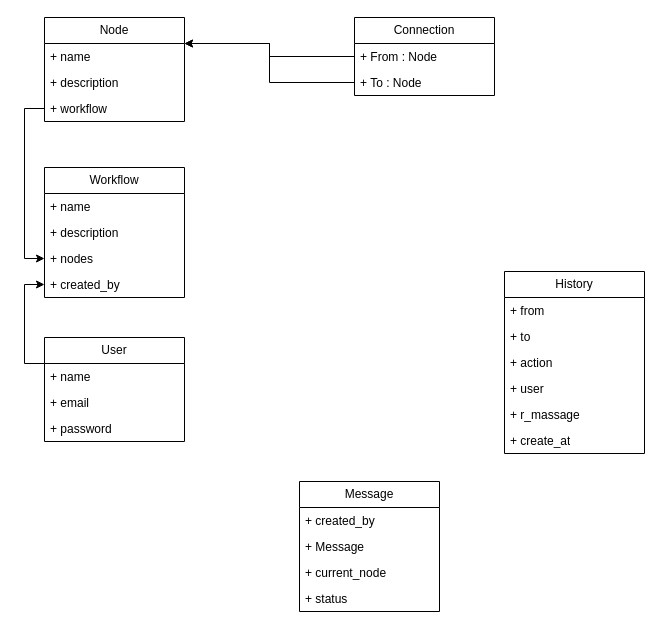
Before: diagrams/Classes.drawio in hasanforaty/FlexFlowAPI, a draw.io diagram. Source tidied: cells renumbered, new cells numbered last; positions are measured from the earlier drawing's top-left corner, leaving out a move shared by most shapes. Both pictures are drawn from the tidied source at 100%, with x=0, y=0 at pixel (44, 17).
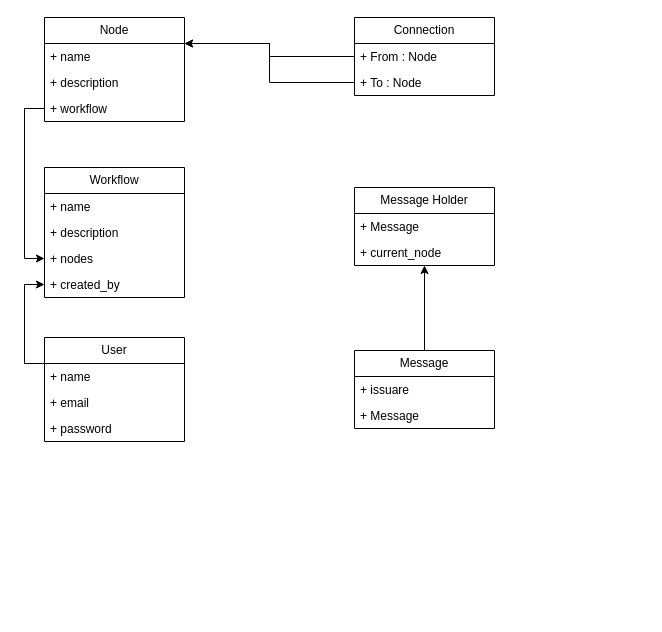
After the change.

Change to the diagram source:
```diff
@@
-    <mxCell id="22" value="History" style="swimlane;fontStyle=0;horizontal=1;startSize=26;fillColor=none;whiteSpace=wrap;html=1;" parent="1" vertex="1">
-      <mxGeometry x="460" y="254" width="140" height="182" as="geometry" />
-    </mxCell>
-    <mxCell id="23" value="+ from" style="text;strokeColor=none;fillColor=none;align=left;verticalAlign=top;spacingLeft=4;spacingRight=4;overflow=hidden;whiteSpace=wrap;html=1;" parent="22" vertex="1">
-      <mxGeometry y="26" width="140" height="26" as="geometry" />
-    </mxCell>
-    <mxCell id="24" value="+ to" style="text;strokeColor=none;fillColor=none;align=left;verticalAlign=top;spacingLeft=4;spacingRight=4;overflow=hidden;whiteSpace=wrap;html=1;" parent="22" vertex="1">
-      <mxGeometry y="52" width="140" height="26" as="geometry" />
-    </mxCell>
-    <mxCell id="25" value="+ action" style="text;strokeColor=none;fillColor=none;align=left;verticalAlign=top;spacingLeft=4;spacingRight=4;overflow=hidden;whiteSpace=wrap;html=1;" parent="22" vertex="1">
-      <mxGeometry y="78" width="140" height="26" as="geometry" />
-    </mxCell>
-    <mxCell id="26" value="+ user" style="text;strokeColor=none;fillColor=none;align=left;verticalAlign=top;spacingLeft=4;spacingRight=4;overflow=hidden;whiteSpace=wrap;html=1;" parent="22" vertex="1">
-      <mxGeometry y="104" width="140" height="26" as="geometry" />
-    </mxCell>
-    <mxCell id="27" value="+ r_massage" style="text;strokeColor=none;fillColor=none;align=left;verticalAlign=top;spacingLeft=4;spacingRight=4;overflow=hidden;whiteSpace=wrap;html=1;" parent="22" vertex="1">
-      <mxGeometry y="130" width="140" height="26" as="geometry" />
-    </mxCell>
-    <mxCell id="28" value="+ create_at" style="text;strokeColor=none;fillColor=none;align=left;verticalAlign=top;spacingLeft=4;spacingRight=4;overflow=hidden;whiteSpace=wrap;html=1;" parent="22" vertex="1">
-      <mxGeometry y="156" width="140" height="26" as="geometry" />
-    </mxCell>
+    <mxCell id="34" style="edgeStyle=orthogonalEdgeStyle;rounded=0;jettySize=auto;html=1;exitX=0.5;exitY=0;exitDx=0;exitDy=0;" parent="1" edge="1" source="29" target="35">
+      <mxGeometry relative="1" as="geometry" />
+    </mxCell>
     <mxCell id="29" value="Message" style="swimlane;fontStyle=0;horizontal=1;startSize=26;fillColor=none;whiteSpace=wrap;html=1;" parent="1" vertex="1">
-      <mxGeometry x="255" y="464" width="140" height="130" as="geometry" />
+      <mxGeometry x="310" y="333" width="140" height="78" as="geometry" />
     </mxCell>
-    <mxCell id="30" value="+ created_by" style="text;strokeColor=none;fillColor=none;align=left;verticalAlign=top;spacingLeft=4;spacingRight=4;overflow=hidden;whiteSpace=wrap;html=1;" parent="29" vertex="1">
+    <mxCell id="30" value="+ issuare&amp;nbsp;" style="text;strokeColor=none;fillColor=none;align=left;verticalAlign=top;spacingLeft=4;spacingRight=4;overflow=hidden;whiteSpace=wrap;html=1;" parent="29" vertex="1">
       <mxGeometry y="26" width="140" height="26" as="geometry" />
     </mxCell>
@@
+    <mxCell id="35" value="Message Holder" style="swimlane;fontStyle=0;horizontal=1;startSize=26;fillColor=none;whiteSpace=wrap;html=1;" parent="1" vertex="1">
+      <mxGeometry x="310" y="170" width="140" height="78" as="geometry" />
+    </mxCell>
+    <mxCell id="36" value="+ Message" style="text;strokeColor=none;fillColor=none;align=left;verticalAlign=top;spacingLeft=4;spacingRight=4;overflow=hidden;whiteSpace=wrap;html=1;" parent="35" vertex="1">
+      <mxGeometry y="26" width="140" height="26" as="geometry" />
+    </mxCell>
-    <mxCell id="32" value="+ current_node" style="text;strokeColor=none;fillColor=none;align=left;verticalAlign=top;spacingLeft=4;spacingRight=4;overflow=hidden;whiteSpace=wrap;html=1;" parent="29" vertex="1">
-      <mxGeometry y="78" width="140" height="26" as="geometry" />
+    <mxCell id="32" value="+ current_node" style="text;strokeColor=none;fillColor=none;align=left;verticalAlign=top;spacingLeft=4;spacingRight=4;overflow=hidden;whiteSpace=wrap;html=1;" parent="35" vertex="1">
+      <mxGeometry y="52" width="140" height="26" as="geometry" />
     </mxCell>
-    <mxCell id="33" value="+ status" style="text;strokeColor=none;fillColor=none;align=left;verticalAlign=top;spacingLeft=4;spacingRight=4;overflow=hidden;whiteSpace=wrap;html=1;" parent="29" vertex="1">
-      <mxGeometry y="104" width="140" height="26" as="geometry" />
-    </mxCell>
```
